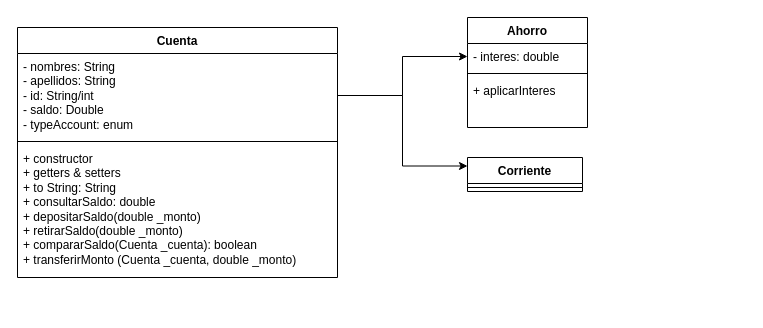
tineojf/practice-java keeps this draw.io diagram as src/cuentas/diagram/Account.drawio. Above is the earlier version. Source tidied: cells renumbered, new cells numbered last; positions are measured from the earlier drawing's top-left corner, leaving out a move shared by most shapes. Both pictures are drawn from the tidied source at 100%, with x=0, y=0 at pixel (17, 17).
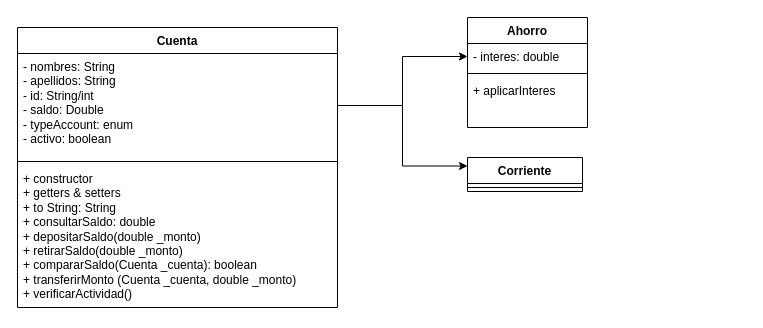
The same page after the edit.

Change to the diagram source:
```diff
@@
 <mxGraphModel>
   <root>
     <mxCell id="0" />
     <mxCell id="1" parent="0" />
     <mxCell id="2" value="Cuenta" style="swimlane;fontStyle=1;align=center;verticalAlign=top;horizontal=1;startSize=26;whiteSpace=wrap;html=1;" parent="1" vertex="1">
-      <mxGeometry y="10" width="320" height="250" as="geometry" />
+      <mxGeometry y="10" width="320" height="280" as="geometry" />
     </mxCell>
-    <mxCell id="3" value="- nombres: String&lt;br&gt;- apellidos: String&lt;br&gt;- id: String/int&lt;br&gt;- saldo: Double&lt;br&gt;- typeAccount: enum" style="text;strokeColor=none;fillColor=none;align=left;verticalAlign=top;spacingLeft=4;spacingRight=4;overflow=hidden;points=[[0,0.5],[1,0.5]];portConstraint=eastwest;whiteSpace=wrap;html=1;" parent="2" vertex="1">
-      <mxGeometry y="26" width="320" height="84" as="geometry" />
+    <mxCell id="3" value="- nombres: String&lt;br&gt;- apellidos: String&lt;br&gt;- id: String/int&lt;br&gt;- saldo: Double&lt;br&gt;- typeAccount: enum&lt;br&gt;- activo: boolean" style="text;strokeColor=none;fillColor=none;align=left;verticalAlign=top;spacingLeft=4;spacingRight=4;overflow=hidden;points=[[0,0.5],[1,0.5]];portConstraint=eastwest;whiteSpace=wrap;html=1;" parent="2" vertex="1">
+      <mxGeometry y="26" width="320" height="104" as="geometry" />
     </mxCell>
     <mxCell id="4" style="line;strokeWidth=1;fillColor=none;align=left;verticalAlign=middle;spacingTop=-1;spacingLeft=3;spacingRight=3;labelPosition=right;strokeColor=inherit;" parent="2" vertex="1">
-      <mxGeometry y="110" width="320" height="8" as="geometry" />
+      <mxGeometry y="130" width="320" height="8" as="geometry" />
     </mxCell>
-    <mxCell id="5" value="+ constructor&lt;br&gt;+ getters &amp;amp; setters&lt;br&gt;+ to String: String&lt;br&gt;+ consultarSaldo: double&lt;br&gt;+ depositarSaldo(double _monto)&lt;br&gt;+ retirarSaldo(double _monto)&lt;br&gt;+ compararSaldo(Cuenta _cuenta): boolean&lt;br&gt;+ transferirMonto (Cuenta _cuenta, double _monto)" style="text;strokeColor=none;fillColor=none;align=left;verticalAlign=top;spacingLeft=4;spacingRight=4;overflow=hidden;whiteSpace=wrap;html=1;" parent="2" vertex="1">
-      <mxGeometry y="118" width="320" height="132" as="geometry" />
+    <mxCell id="5" value="+ constructor&lt;br&gt;+ getters &amp;amp; setters&lt;br&gt;+ to String: String&lt;br&gt;+ consultarSaldo: double&lt;br&gt;+ depositarSaldo(double _monto)&lt;br&gt;+ retirarSaldo(double _monto)&lt;br&gt;+ compararSaldo(Cuenta _cuenta): boolean&lt;br&gt;+ transferirMonto (Cuenta _cuenta, double _monto)&lt;br&gt;+ verificarActividad()" style="text;strokeColor=none;fillColor=none;align=left;verticalAlign=top;spacingLeft=4;spacingRight=4;overflow=hidden;whiteSpace=wrap;html=1;" parent="2" vertex="1">
+      <mxGeometry y="138" width="320" height="142" as="geometry" />
     </mxCell>
     <mxCell id="6" value="Ahorro" style="swimlane;fontStyle=1;align=center;verticalAlign=top;horizontal=1;startSize=26;whiteSpace=wrap;html=1;" parent="1" vertex="1">
       <mxGeometry x="450" width="120" height="110" as="geometry" />
     </mxCell>
     <mxCell id="7" value="- interes: double" style="text;strokeColor=none;fillColor=none;align=left;verticalAlign=top;spacingLeft=4;spacingRight=4;overflow=hidden;points=[[0,0.5],[1,0.5]];portConstraint=eastwest;whiteSpace=wrap;html=1;" parent="6" vertex="1">
       <mxGeometry y="26" width="120" height="26" as="geometry" />
     </mxCell>
     <mxCell id="8" style="line;strokeWidth=1;fillColor=none;align=left;verticalAlign=middle;spacingTop=-1;spacingLeft=3;spacingRight=3;labelPosition=right;strokeColor=inherit;" parent="6" vertex="1">
       <mxGeometry y="52" width="120" height="8" as="geometry" />
     </mxCell>
     <mxCell id="9" value="+ aplicarInteres" style="text;strokeColor=none;fillColor=none;align=left;verticalAlign=top;spacingLeft=4;spacingRight=4;overflow=hidden;whiteSpace=wrap;html=1;" parent="6" vertex="1">
       <mxGeometry y="60" width="120" height="50" as="geometry" />
     </mxCell>
     <mxCell id="10" style="edgeStyle=orthogonalEdgeStyle;rounded=0;jettySize=auto;html=1;exitX=1;exitY=0.5;exitDx=0;exitDy=0;entryX=0;entryY=0.5;entryDx=0;entryDy=0;" parent="1" edge="1" source="3" target="7">
       <mxGeometry relative="1" as="geometry" />
     </mxCell>
     <mxCell id="11" style="edgeStyle=orthogonalEdgeStyle;rounded=0;jettySize=auto;html=1;exitX=1;exitY=0.5;exitDx=0;exitDy=0;entryX=0;entryY=0.25;entryDx=0;entryDy=0;" parent="1" edge="1" source="3" target="12">
       <mxGeometry relative="1" as="geometry" />
     </mxCell>
     <mxCell id="12" value="Corriente" style="swimlane;fontStyle=1;align=center;verticalAlign=top;horizontal=1;startSize=26;whiteSpace=wrap;html=1;" parent="1" vertex="1">
       <mxGeometry x="450" y="140" width="115" height="34" as="geometry" />
     </mxCell>
     <mxCell id="13" style="line;strokeWidth=1;fillColor=none;align=left;verticalAlign=middle;spacingTop=-1;spacingLeft=3;spacingRight=3;labelPosition=right;strokeColor=inherit;" parent="12" vertex="1">
       <mxGeometry y="26" width="115" height="8" as="geometry" />
     </mxCell>
     <mxCell id="14" style="edgeStyle=orthogonalEdgeStyle;rounded=0;orthogonalLoop=1;jettySize=auto;html=1;exitX=1;exitY=0.5;exitDx=0;exitDy=0;" parent="12" edge="1">
       <mxGeometry relative="1" as="geometry">
         <mxPoint x="270" y="47" as="sourcePoint" />
         <mxPoint x="270" y="47" as="targetPoint" />
       </mxGeometry>
     </mxCell>
   </root>
 </mxGraphModel>
```
